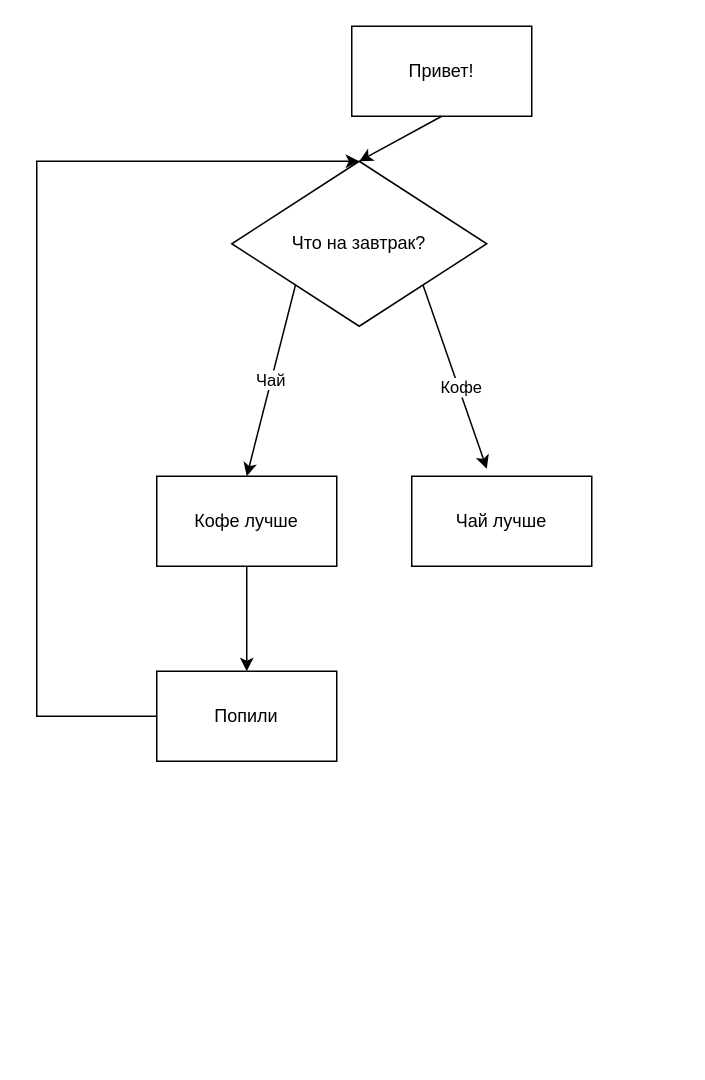
Earlier version of the draw.io diagram Untitled Diagram.drawio (diagon555/Test). Source tidied: cells renumbered, new cells numbered last; positions are measured from the earlier drawing's top-left corner, leaving out a move shared by most shapes. Both pictures are drawn from the tidied source at 150%, with x=0, y=0 at pixel (36, 26). Pictures stored in the file or linked from it are replaced by grey dashed boxes.
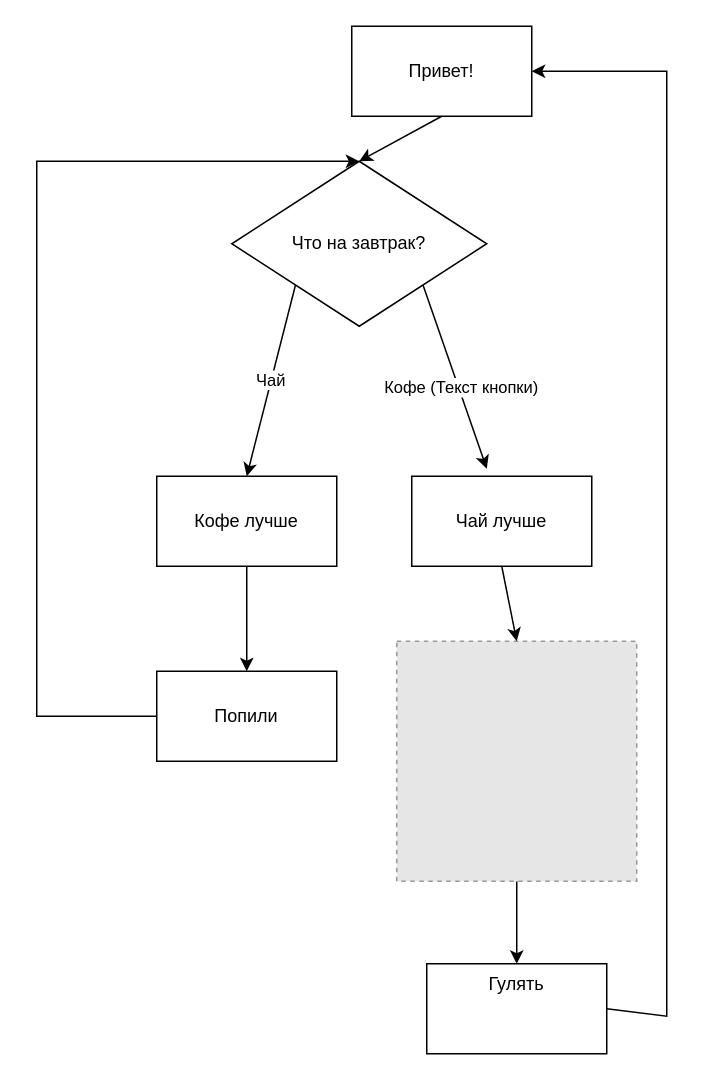
Above is the later version.

Unchanged cells that the change refers to:
```xml
<mxCell id="4" value="Чай лучше" style="rounded=0;whiteSpace=wrap;html=1;" parent="1" vertex="1">
  <mxGeometry x="250" y="300" width="120" height="60" as="geometry" />
</mxCell>
<mxCell id="5" value="Привет!" style="rounded=0;whiteSpace=wrap;html=1;" parent="1" vertex="1">
  <mxGeometry x="210" width="120" height="60" as="geometry" />
</mxCell>
<mxCell id="7" style="endArrow=classic;html=1;rounded=0;exitX=1;exitY=1;exitDx=0;exitDy=0;entryX=0.417;entryY=-0.083;entryDx=0;entryDy=0;entryPerimeter=0;" parent="1" edge="1" source="11" target="4">
  <mxGeometry relative="1" as="geometry" />
</mxCell>
```

Diff of the diagram source:
```diff
@@
-    <mxCell id="8" value="Кофе" style="edgeLabel;html=1;align=center;verticalAlign=middle;" parent="7" vertex="1">
+    <mxCell id="8" value="Кофе (Текст кнопки)" style="edgeLabel;html=1;align=center;verticalAlign=middle;" parent="7" vertex="1">
       <mxGeometry x="0.11" y="1" relative="1" as="geometry" />
     </mxCell>
@@
+    <mxCell id="13" style="edgeStyle=orthogonalEdgeStyle;rounded=0;jettySize=auto;html=1;" parent="1" edge="1" source="14" target="16">
+      <mxGeometry relative="1" as="geometry" />
+    </mxCell>
+    <mxCell id="14" style="fillColor=#E6E6E6;strokeColor=#999999;dashed=1;verticalLabelPosition=bottom;labelBackgroundColor=default;verticalAlign=top;" parent="1" vertex="1">
+      <mxGeometry x="240" y="410" width="160" height="160" as="geometry" />
+    </mxCell>
+    <mxCell id="15" style="endArrow=classic;html=1;rounded=0;exitX=0.5;exitY=1;exitDx=0;exitDy=0;entryX=0.5;entryY=0;entryDx=0;entryDy=0;" parent="1" edge="1" source="4" target="14">
+      <mxGeometry relative="1" as="geometry" />
+    </mxCell>
+    <mxCell id="16" value="Гулять" style="whiteSpace=wrap;html=1;verticalAlign=top;labelBackgroundColor=default;" parent="1" vertex="1">
+      <mxGeometry x="260" y="625" width="120" height="60" as="geometry" />
+    </mxCell>
+    <mxCell id="17" style="endArrow=classic;html=1;rounded=0;entryX=1;entryY=0.5;entryDx=0;entryDy=0;exitX=1;exitY=0.5;exitDx=0;exitDy=0;" parent="1" edge="1" source="16" target="5">
+      <mxGeometry relative="1" as="geometry">
+        <Array as="points">
+          <mxPoint x="420" y="660" />
+          <mxPoint x="420" y="30" />
+        </Array>
+      </mxGeometry>
+    </mxCell>
```
